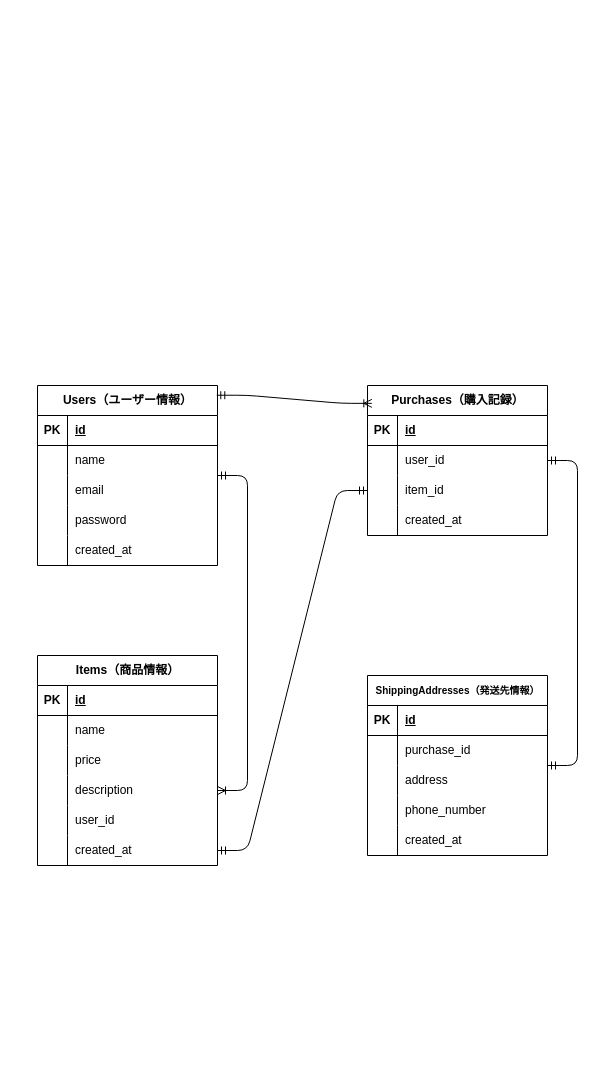
Above: er.dio in shiki-k-1225/furima-41673 (draw.io), before the change. Source tidied: cells renumbered, new cells numbered last; positions are measured from the earlier drawing's top-left corner, leaving out a move shared by most shapes. Both pictures are drawn from the tidied source at 100%, with x=0, y=0 at pixel (37, 385).
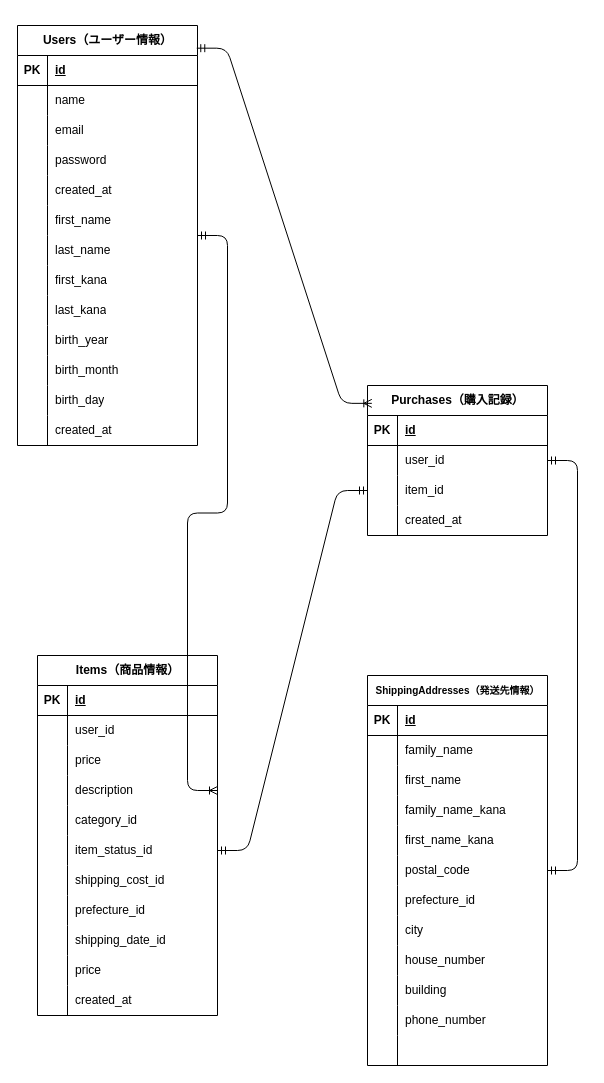
After the change.

Commit message (it also covers changes not shown here):
db設計の修正

The change refers to these unchanged cells:
```xml
<mxCell id="6" style="shape=tableRow;horizontal=0;startSize=0;swimlaneHead=0;swimlaneBody=0;fillColor=none;top=0;left=0;right=0;bottom=0;" parent="2" vertex="1">
  <mxGeometry y="60" width="180" height="30" as="geometry" />
</mxCell>
<mxCell id="15" style="shape=tableRow;horizontal=0;startSize=0;swimlaneHead=0;swimlaneBody=0;fillColor=none;top=0;left=0;right=0;bottom=0;" parent="2" vertex="1">
  <mxGeometry y="150" width="180" height="30" as="geometry" />
</mxCell>
<mxCell id="18" style="shape=tableRow;horizontal=0;startSize=0;swimlaneHead=0;swimlaneBody=0;fillColor=none;points=[[0,0.5],[1,0.5]];portConstraint=eastwest;top=0;left=0;right=0;bottom=0;" parent="2" vertex="1">
  <mxGeometry y="180" width="180" height="30" as="geometry" />
</mxCell>
<mxCell id="54" style="shape=tableRow;horizontal=0;startSize=0;swimlaneHead=0;swimlaneBody=0;fillColor=none;top=0;left=0;right=0;bottom=0;" parent="50" vertex="1">
  <mxGeometry y="60" width="180" height="30" as="geometry" />
</mxCell>
<mxCell id="57" style="shape=tableRow;horizontal=0;startSize=0;swimlaneHead=0;swimlaneBody=0;fillColor=none;top=0;left=0;right=0;bottom=0;" parent="50" vertex="1">
  <mxGeometry y="90" width="180" height="30" as="geometry" />
</mxCell>
<mxCell id="60" style="shape=tableRow;horizontal=0;startSize=0;swimlaneHead=0;swimlaneBody=0;fillColor=none;top=0;left=0;right=0;bottom=0;" parent="50" vertex="1">
  <mxGeometry y="120" width="180" height="30" as="geometry" />
</mxCell>
<mxCell id="63" style="shape=tableRow;horizontal=0;startSize=0;swimlaneHead=0;swimlaneBody=0;fillColor=none;top=0;left=0;right=0;bottom=0;" parent="50" vertex="1">
  <mxGeometry y="150" width="180" height="30" as="geometry" />
</mxCell>
```

Change to the diagram source:
```diff
@@
     <mxCell id="2" value="Items（商品情報）" style="shape=table;startSize=30;childLayout=tableLayout;rowLines=0;fontStyle=1;align=center;html=1;strokeColor=light-dark(#000000,#EDEDED);" parent="1" vertex="1">
-      <mxGeometry y="270" width="180" height="210" as="geometry" />
+      <mxGeometry y="270" width="180" height="360" as="geometry" />
     </mxCell>
@@
-    <mxCell id="8" value="name" style="shape=partialRectangle;fillColor=none;top=0;left=0;bottom=0;right=0;align=left;spacingLeft=6;overflow=hidden;whiteSpace=wrap;html=1;" parent="6" vertex="1">
+    <mxCell id="8" value="user_id&amp;nbsp;" style="shape=partialRectangle;fillColor=none;top=0;left=0;bottom=0;right=0;align=left;spacingLeft=6;overflow=hidden;whiteSpace=wrap;html=1;" parent="6" vertex="1">
       <mxGeometry x="30" width="150" height="30" as="geometry" />
     </mxCell>
@@
-    <mxCell id="17" value="user_id" style="shape=partialRectangle;fillColor=none;top=0;left=0;bottom=0;right=0;align=left;spacingLeft=6;overflow=hidden;whiteSpace=wrap;html=1;" parent="15" vertex="1">
+    <mxCell id="17" value="category_id" style="shape=partialRectangle;fillColor=none;top=0;left=0;bottom=0;right=0;align=left;spacingLeft=6;overflow=hidden;whiteSpace=wrap;html=1;" parent="15" vertex="1">
       <mxGeometry x="30" width="150" height="30" as="geometry" />
     </mxCell>
@@
-    <mxCell id="20" value="created_at" style="shape=partialRectangle;fillColor=none;top=0;left=0;bottom=0;right=0;align=left;spacingLeft=6;overflow=hidden;whiteSpace=wrap;html=1;" parent="18" vertex="1">
+    <mxCell id="20" value="item_status_id" style="shape=partialRectangle;fillColor=none;top=0;left=0;bottom=0;right=0;align=left;spacingLeft=6;overflow=hidden;whiteSpace=wrap;html=1;" parent="18" vertex="1">
       <mxGeometry x="30" width="150" height="30" as="geometry" />
     </mxCell>
+    <mxCell id="70" style="shape=tableRow;horizontal=0;startSize=0;swimlaneHead=0;swimlaneBody=0;fillColor=none;top=0;left=0;right=0;bottom=0;" parent="2" vertex="1">
+      <mxGeometry y="210" width="180" height="30" as="geometry" />
+    </mxCell>
+    <mxCell id="71" style="shape=partialRectangle;fillColor=none;top=0;left=0;bottom=0;right=0;overflow=hidden;whiteSpace=wrap;html=1;" parent="70" vertex="1">
+      <mxGeometry width="30" height="30" as="geometry" />
+    </mxCell>
+    <mxCell id="72" value="shipping_cost_id" style="shape=partialRectangle;fillColor=none;top=0;left=0;bottom=0;right=0;align=left;spacingLeft=6;overflow=hidden;whiteSpace=wrap;html=1;" parent="70" vertex="1">
+      <mxGeometry x="30" width="150" height="30" as="geometry" />
+    </mxCell>
+    <mxCell id="73" style="shape=tableRow;horizontal=0;startSize=0;swimlaneHead=0;swimlaneBody=0;fillColor=none;top=0;left=0;right=0;bottom=0;" parent="2" vertex="1">
+      <mxGeometry y="240" width="180" height="30" as="geometry" />
+    </mxCell>
+    <mxCell id="74" style="shape=partialRectangle;fillColor=none;top=0;left=0;bottom=0;right=0;overflow=hidden;whiteSpace=wrap;html=1;" parent="73" vertex="1">
+      <mxGeometry width="30" height="30" as="geometry" />
+    </mxCell>
+    <mxCell id="75" value="prefecture_id" style="shape=partialRectangle;fillColor=none;top=0;left=0;bottom=0;right=0;align=left;spacingLeft=6;overflow=hidden;whiteSpace=wrap;html=1;" parent="73" vertex="1">
+      <mxGeometry x="30" width="150" height="30" as="geometry" />
+    </mxCell>
+    <mxCell id="76" style="shape=tableRow;horizontal=0;startSize=0;swimlaneHead=0;swimlaneBody=0;fillColor=none;top=0;left=0;right=0;bottom=0;" parent="2" vertex="1">
+      <mxGeometry y="270" width="180" height="30" as="geometry" />
+    </mxCell>
+    <mxCell id="77" style="shape=partialRectangle;fillColor=none;top=0;left=0;bottom=0;right=0;overflow=hidden;whiteSpace=wrap;html=1;" parent="76" vertex="1">
+      <mxGeometry width="30" height="30" as="geometry" />
+    </mxCell>
+    <mxCell id="78" value="shipping_date_id" style="shape=partialRectangle;fillColor=none;top=0;left=0;bottom=0;right=0;align=left;spacingLeft=6;overflow=hidden;whiteSpace=wrap;html=1;" parent="76" vertex="1">
+      <mxGeometry x="30" width="150" height="30" as="geometry" />
+    </mxCell>
+    <mxCell id="79" style="shape=tableRow;horizontal=0;startSize=0;swimlaneHead=0;swimlaneBody=0;fillColor=none;top=0;left=0;right=0;bottom=0;" parent="2" vertex="1">
+      <mxGeometry y="300" width="180" height="30" as="geometry" />
+    </mxCell>
+    <mxCell id="80" style="shape=partialRectangle;fillColor=none;top=0;left=0;bottom=0;right=0;overflow=hidden;whiteSpace=wrap;html=1;" parent="79" vertex="1">
+      <mxGeometry width="30" height="30" as="geometry" />
+    </mxCell>
+    <mxCell id="81" value="price" style="shape=partialRectangle;fillColor=none;top=0;left=0;bottom=0;right=0;align=left;spacingLeft=6;overflow=hidden;whiteSpace=wrap;html=1;" parent="79" vertex="1">
+      <mxGeometry x="30" width="150" height="30" as="geometry" />
+    </mxCell>
+    <mxCell id="82" style="shape=tableRow;horizontal=0;startSize=0;swimlaneHead=0;swimlaneBody=0;fillColor=none;top=0;left=0;right=0;bottom=0;" parent="2" vertex="1">
+      <mxGeometry y="330" width="180" height="30" as="geometry" />
+    </mxCell>
+    <mxCell id="83" style="shape=partialRectangle;fillColor=none;top=0;left=0;bottom=0;right=0;overflow=hidden;whiteSpace=wrap;html=1;" parent="82" vertex="1">
+      <mxGeometry width="30" height="30" as="geometry" />
+    </mxCell>
+    <mxCell id="84" value="created_at" style="shape=partialRectangle;fillColor=none;top=0;left=0;bottom=0;right=0;align=left;spacingLeft=6;overflow=hidden;whiteSpace=wrap;html=1;" parent="82" vertex="1">
+      <mxGeometry x="30" width="150" height="30" as="geometry" />
+    </mxCell>
@@
     <mxCell id="34" value="&lt;h4&gt;&lt;strong&gt;Users（ユーザー情報）&lt;/strong&gt;&lt;/h4&gt;" style="shape=table;startSize=30;childLayout=tableLayout;rowLines=0;fontStyle=1;align=center;html=1;strokeColor=light-dark(#000000,#EDEDED);" parent="1" vertex="1">
-      <mxGeometry width="180" height="180" as="geometry" />
+      <mxGeometry x="-20" y="-360" width="180" height="420" as="geometry" />
     </mxCell>
@@
+    <mxCell id="85" style="shape=tableRow;horizontal=0;startSize=0;swimlaneHead=0;swimlaneBody=0;fillColor=none;top=0;left=0;right=0;bottom=0;" parent="34" vertex="1">
+      <mxGeometry y="180" width="180" height="30" as="geometry" />
+    </mxCell>
+    <mxCell id="86" style="shape=partialRectangle;fillColor=none;top=0;left=0;bottom=0;right=0;overflow=hidden;whiteSpace=wrap;html=1;" parent="85" vertex="1">
+      <mxGeometry width="30" height="30" as="geometry" />
+    </mxCell>
+    <mxCell id="87" value="first_name&lt;br&gt;&lt;table&gt;&lt;/table&gt;" style="shape=partialRectangle;fillColor=none;top=0;left=0;bottom=0;right=0;align=left;spacingLeft=6;overflow=hidden;whiteSpace=wrap;html=1;" parent="85" vertex="1">
+      <mxGeometry x="30" width="150" height="30" as="geometry" />
+    </mxCell>
+    <mxCell id="88" style="shape=tableRow;horizontal=0;startSize=0;swimlaneHead=0;swimlaneBody=0;fillColor=none;top=0;left=0;right=0;bottom=0;" parent="34" vertex="1">
+      <mxGeometry y="210" width="180" height="30" as="geometry" />
+    </mxCell>
+    <mxCell id="89" style="shape=partialRectangle;fillColor=none;top=0;left=0;bottom=0;right=0;overflow=hidden;whiteSpace=wrap;html=1;" parent="88" vertex="1">
+      <mxGeometry width="30" height="30" as="geometry" />
+    </mxCell>
+    <mxCell id="90" style="shape=partialRectangle;fillColor=none;top=0;left=0;bottom=0;right=0;align=left;spacingLeft=6;overflow=hidden;whiteSpace=wrap;html=1;" parent="88" vertex="1">
+      <mxGeometry x="30" width="150" height="30" as="geometry" />
+    </mxCell>
+    <mxCell id="91" style="shape=tableRow;horizontal=0;startSize=0;swimlaneHead=0;swimlaneBody=0;fillColor=none;top=0;left=0;right=0;bottom=0;" parent="34" vertex="1">
+      <mxGeometry y="240" width="180" height="30" as="geometry" />
+    </mxCell>
+    <mxCell id="92" style="shape=partialRectangle;fillColor=none;top=0;left=0;bottom=0;right=0;overflow=hidden;whiteSpace=wrap;html=1;" parent="91" vertex="1">
+      <mxGeometry width="30" height="30" as="geometry" />
+    </mxCell>
+    <mxCell id="93" value="first_kana" style="shape=partialRectangle;fillColor=none;top=0;left=0;bottom=0;right=0;align=left;spacingLeft=6;overflow=hidden;whiteSpace=wrap;html=1;" parent="91" vertex="1">
+      <mxGeometry x="30" width="150" height="30" as="geometry" />
+    </mxCell>
+    <mxCell id="94" style="shape=tableRow;horizontal=0;startSize=0;swimlaneHead=0;swimlaneBody=0;fillColor=none;top=0;left=0;right=0;bottom=0;" parent="34" vertex="1">
+      <mxGeometry y="270" width="180" height="30" as="geometry" />
+    </mxCell>
+    <mxCell id="95" style="shape=partialRectangle;fillColor=none;top=0;left=0;bottom=0;right=0;overflow=hidden;whiteSpace=wrap;html=1;" parent="94" vertex="1">
+      <mxGeometry width="30" height="30" as="geometry" />
+    </mxCell>
+    <mxCell id="96" value="last_kana" style="shape=partialRectangle;fillColor=none;top=0;left=0;bottom=0;right=0;align=left;spacingLeft=6;overflow=hidden;whiteSpace=wrap;html=1;" parent="94" vertex="1">
+      <mxGeometry x="30" width="150" height="30" as="geometry" />
+    </mxCell>
+    <mxCell id="97" style="shape=tableRow;horizontal=0;startSize=0;swimlaneHead=0;swimlaneBody=0;fillColor=none;top=0;left=0;right=0;bottom=0;" parent="34" vertex="1">
+      <mxGeometry y="300" width="180" height="30" as="geometry" />
+    </mxCell>
+    <mxCell id="98" style="shape=partialRectangle;fillColor=none;top=0;left=0;bottom=0;right=0;overflow=hidden;whiteSpace=wrap;html=1;" parent="97" vertex="1">
+      <mxGeometry width="30" height="30" as="geometry" />
+    </mxCell>
+    <mxCell id="99" value="birth_year" style="shape=partialRectangle;fillColor=none;top=0;left=0;bottom=0;right=0;align=left;spacingLeft=6;overflow=hidden;whiteSpace=wrap;html=1;" parent="97" vertex="1">
+      <mxGeometry x="30" width="150" height="30" as="geometry" />
+    </mxCell>
+    <mxCell id="100" style="shape=tableRow;horizontal=0;startSize=0;swimlaneHead=0;swimlaneBody=0;fillColor=none;top=0;left=0;right=0;bottom=0;" parent="34" vertex="1">
+      <mxGeometry y="330" width="180" height="30" as="geometry" />
+    </mxCell>
+    <mxCell id="101" style="shape=partialRectangle;fillColor=none;top=0;left=0;bottom=0;right=0;overflow=hidden;whiteSpace=wrap;html=1;" parent="100" vertex="1">
+      <mxGeometry width="30" height="30" as="geometry" />
+    </mxCell>
+    <mxCell id="102" value="birth_month" style="shape=partialRectangle;fillColor=none;top=0;left=0;bottom=0;right=0;align=left;spacingLeft=6;overflow=hidden;whiteSpace=wrap;html=1;" parent="100" vertex="1">
+      <mxGeometry x="30" width="150" height="30" as="geometry" />
+    </mxCell>
+    <mxCell id="103" style="shape=tableRow;horizontal=0;startSize=0;swimlaneHead=0;swimlaneBody=0;fillColor=none;top=0;left=0;right=0;bottom=0;" parent="34" vertex="1">
+      <mxGeometry y="360" width="180" height="30" as="geometry" />
+    </mxCell>
+    <mxCell id="104" style="shape=partialRectangle;fillColor=none;top=0;left=0;bottom=0;right=0;overflow=hidden;whiteSpace=wrap;html=1;" parent="103" vertex="1">
+      <mxGeometry width="30" height="30" as="geometry" />
+    </mxCell>
+    <mxCell id="105" value="birth_day" style="shape=partialRectangle;fillColor=none;top=0;left=0;bottom=0;right=0;align=left;spacingLeft=6;overflow=hidden;whiteSpace=wrap;html=1;" parent="103" vertex="1">
+      <mxGeometry x="30" width="150" height="30" as="geometry" />
+    </mxCell>
+    <mxCell id="106" style="shape=tableRow;horizontal=0;startSize=0;swimlaneHead=0;swimlaneBody=0;fillColor=none;top=0;left=0;right=0;bottom=0;" parent="34" vertex="1">
+      <mxGeometry y="390" width="180" height="30" as="geometry" />
+    </mxCell>
+    <mxCell id="107" style="shape=partialRectangle;fillColor=none;top=0;left=0;bottom=0;right=0;overflow=hidden;whiteSpace=wrap;html=1;" parent="106" vertex="1">
+      <mxGeometry width="30" height="30" as="geometry" />
+    </mxCell>
+    <mxCell id="108" value="created_at" style="shape=partialRectangle;fillColor=none;top=0;left=0;bottom=0;right=0;align=left;spacingLeft=6;overflow=hidden;whiteSpace=wrap;html=1;" parent="106" vertex="1">
+      <mxGeometry x="30" width="150" height="30" as="geometry" />
+    </mxCell>
     <mxCell id="50" value="&lt;font style=&quot;font-size: 10px;&quot;&gt; ShippingAddresses（発送先情報）&lt;/font&gt;" style="shape=table;startSize=30;childLayout=tableLayout;rowLines=0;fontStyle=1;align=center;html=1;strokeColor=light-dark(#000000,#EDEDED);" parent="1" vertex="1">
-      <mxGeometry x="330" y="290" width="180" height="180" as="geometry" />
+      <mxGeometry x="330" y="290" width="180" height="390" as="geometry" />
     </mxCell>
@@
-    <mxCell id="56" value="purchase_id" style="shape=partialRectangle;fillColor=none;top=0;left=0;bottom=0;right=0;align=left;spacingLeft=6;overflow=hidden;whiteSpace=wrap;html=1;" parent="54" vertex="1">
+    <mxCell id="56" value="family_name" style="shape=partialRectangle;fillColor=none;top=0;left=0;bottom=0;right=0;align=left;spacingLeft=6;overflow=hidden;whiteSpace=wrap;html=1;" parent="54" vertex="1">
       <mxGeometry x="30" width="150" height="30" as="geometry" />
     </mxCell>
@@
-    <mxCell id="59" value="address" style="shape=partialRectangle;fillColor=none;top=0;left=0;bottom=0;right=0;align=left;spacingLeft=6;overflow=hidden;whiteSpace=wrap;html=1;" parent="57" vertex="1">
+    <mxCell id="59" value="first_name" style="shape=partialRectangle;fillColor=none;top=0;left=0;bottom=0;right=0;align=left;spacingLeft=6;overflow=hidden;whiteSpace=wrap;html=1;" parent="57" vertex="1">
       <mxGeometry x="30" width="150" height="30" as="geometry" />
     </mxCell>
@@
-    <mxCell id="62" value="phone_number" style="shape=partialRectangle;fillColor=none;top=0;left=0;bottom=0;right=0;align=left;spacingLeft=6;overflow=hidden;whiteSpace=wrap;html=1;" parent="60" vertex="1">
+    <mxCell id="62" value="family_name_kana" style="shape=partialRectangle;fillColor=none;top=0;left=0;bottom=0;right=0;align=left;spacingLeft=6;overflow=hidden;whiteSpace=wrap;html=1;" parent="60" vertex="1">
       <mxGeometry x="30" width="150" height="30" as="geometry" />
     </mxCell>
@@
-    <mxCell id="65" value="created_at" style="shape=partialRectangle;fillColor=none;top=0;left=0;bottom=0;right=0;align=left;spacingLeft=6;overflow=hidden;whiteSpace=wrap;html=1;" parent="63" vertex="1">
+    <mxCell id="65" value="first_name_kana" style="shape=partialRectangle;fillColor=none;top=0;left=0;bottom=0;right=0;align=left;spacingLeft=6;overflow=hidden;whiteSpace=wrap;html=1;" parent="63" vertex="1">
       <mxGeometry x="30" width="150" height="30" as="geometry" />
     </mxCell>
+    <mxCell id="109" style="shape=tableRow;horizontal=0;startSize=0;swimlaneHead=0;swimlaneBody=0;fillColor=none;top=0;left=0;right=0;bottom=0;" parent="50" vertex="1">
+      <mxGeometry y="180" width="180" height="30" as="geometry" />
+    </mxCell>
+    <mxCell id="110" style="shape=partialRectangle;fillColor=none;top=0;left=0;bottom=0;right=0;overflow=hidden;whiteSpace=wrap;html=1;" parent="109" vertex="1">
+      <mxGeometry width="30" height="30" as="geometry" />
+    </mxCell>
+    <mxCell id="111" value="postal_code" style="shape=partialRectangle;fillColor=none;top=0;left=0;bottom=0;right=0;align=left;spacingLeft=6;overflow=hidden;whiteSpace=wrap;html=1;" parent="109" vertex="1">
+      <mxGeometry x="30" width="150" height="30" as="geometry" />
+    </mxCell>
+    <mxCell id="112" style="shape=tableRow;horizontal=0;startSize=0;swimlaneHead=0;swimlaneBody=0;fillColor=none;top=0;left=0;right=0;bottom=0;" parent="50" vertex="1">
+      <mxGeometry y="210" width="180" height="30" as="geometry" />
+    </mxCell>
+    <mxCell id="113" style="shape=partialRectangle;fillColor=none;top=0;left=0;bottom=0;right=0;overflow=hidden;whiteSpace=wrap;html=1;" parent="112" vertex="1">
+      <mxGeometry width="30" height="30" as="geometry" />
+    </mxCell>
+    <mxCell id="114" value="prefecture_id" style="shape=partialRectangle;fillColor=none;top=0;left=0;bottom=0;right=0;align=left;spacingLeft=6;overflow=hidden;whiteSpace=wrap;html=1;" parent="112" vertex="1">
+      <mxGeometry x="30" width="150" height="30" as="geometry" />
+    </mxCell>
+    <mxCell id="115" style="shape=tableRow;horizontal=0;startSize=0;swimlaneHead=0;swimlaneBody=0;fillColor=none;top=0;left=0;right=0;bottom=0;" parent="50" vertex="1">
+      <mxGeometry y="240" width="180" height="30" as="geometry" />
+    </mxCell>
+    <mxCell id="116" style="shape=partialRectangle;fillColor=none;top=0;left=0;bottom=0;right=0;overflow=hidden;whiteSpace=wrap;html=1;" parent="115" vertex="1">
+      <mxGeometry width="30" height="30" as="geometry" />
+    </mxCell>
+    <mxCell id="117" value="city" style="shape=partialRectangle;fillColor=none;top=0;left=0;bottom=0;right=0;align=left;spacingLeft=6;overflow=hidden;whiteSpace=wrap;html=1;" parent="115" vertex="1">
+      <mxGeometry x="30" width="150" height="30" as="geometry" />
+    </mxCell>
+    <mxCell id="118" style="shape=tableRow;horizontal=0;startSize=0;swimlaneHead=0;swimlaneBody=0;fillColor=none;top=0;left=0;right=0;bottom=0;" parent="50" vertex="1">
+      <mxGeometry y="270" width="180" height="30" as="geometry" />
+    </mxCell>
+    <mxCell id="119" style="shape=partialRectangle;fillColor=none;top=0;left=0;bottom=0;right=0;overflow=hidden;whiteSpace=wrap;html=1;" parent="118" vertex="1">
+      <mxGeometry width="30" height="30" as="geometry" />
+    </mxCell>
+    <mxCell id="120" value="house_number" style="shape=partialRectangle;fillColor=none;top=0;left=0;bottom=0;right=0;align=left;spacingLeft=6;overflow=hidden;whiteSpace=wrap;html=1;" parent="118" vertex="1">
+      <mxGeometry x="30" width="150" height="30" as="geometry" />
+    </mxCell>
+    <mxCell id="121" style="shape=tableRow;horizontal=0;startSize=0;swimlaneHead=0;swimlaneBody=0;fillColor=none;top=0;left=0;right=0;bottom=0;" parent="50" vertex="1">
+      <mxGeometry y="300" width="180" height="30" as="geometry" />
+    </mxCell>
+    <mxCell id="122" style="shape=partialRectangle;fillColor=none;top=0;left=0;bottom=0;right=0;overflow=hidden;whiteSpace=wrap;html=1;" parent="121" vertex="1">
+      <mxGeometry width="30" height="30" as="geometry" />
+    </mxCell>
+    <mxCell id="123" value="building" style="shape=partialRectangle;fillColor=none;top=0;left=0;bottom=0;right=0;align=left;spacingLeft=6;overflow=hidden;whiteSpace=wrap;html=1;" parent="121" vertex="1">
+      <mxGeometry x="30" width="150" height="30" as="geometry" />
+    </mxCell>
+    <mxCell id="124" style="shape=tableRow;horizontal=0;startSize=0;swimlaneHead=0;swimlaneBody=0;fillColor=none;top=0;left=0;right=0;bottom=0;" parent="50" vertex="1">
+      <mxGeometry y="330" width="180" height="30" as="geometry" />
+    </mxCell>
+    <mxCell id="125" style="shape=partialRectangle;fillColor=none;top=0;left=0;bottom=0;right=0;overflow=hidden;whiteSpace=wrap;html=1;" parent="124" vertex="1">
+      <mxGeometry width="30" height="30" as="geometry" />
+    </mxCell>
+    <mxCell id="126" value="phone_number" style="shape=partialRectangle;fillColor=none;top=0;left=0;bottom=0;right=0;align=left;spacingLeft=6;overflow=hidden;whiteSpace=wrap;html=1;" parent="124" vertex="1">
+      <mxGeometry x="30" width="150" height="30" as="geometry" />
+    </mxCell>
+    <mxCell id="127" style="shape=tableRow;horizontal=0;startSize=0;swimlaneHead=0;swimlaneBody=0;fillColor=none;top=0;left=0;right=0;bottom=0;" parent="50" vertex="1">
+      <mxGeometry y="360" width="180" height="30" as="geometry" />
+    </mxCell>
+    <mxCell id="128" style="shape=partialRectangle;fillColor=none;top=0;left=0;bottom=0;right=0;overflow=hidden;whiteSpace=wrap;html=1;" parent="127" vertex="1">
+      <mxGeometry width="30" height="30" as="geometry" />
+    </mxCell>
+    <mxCell id="129" style="shape=partialRectangle;fillColor=none;top=0;left=0;bottom=0;right=0;align=left;spacingLeft=6;overflow=hidden;whiteSpace=wrap;html=1;" parent="127" vertex="1">
+      <mxGeometry x="30" width="150" height="30" as="geometry" />
+    </mxCell>
@@
+    <mxCell id="130" value="last_name&lt;table&gt;&lt;/table&gt;" style="shape=partialRectangle;fillColor=none;top=0;left=0;bottom=0;right=0;align=left;spacingLeft=6;overflow=hidden;whiteSpace=wrap;html=1;" parent="1" vertex="1">
+      <mxGeometry x="10" y="-150" width="150" height="30" as="geometry" />
+    </mxCell>
```
